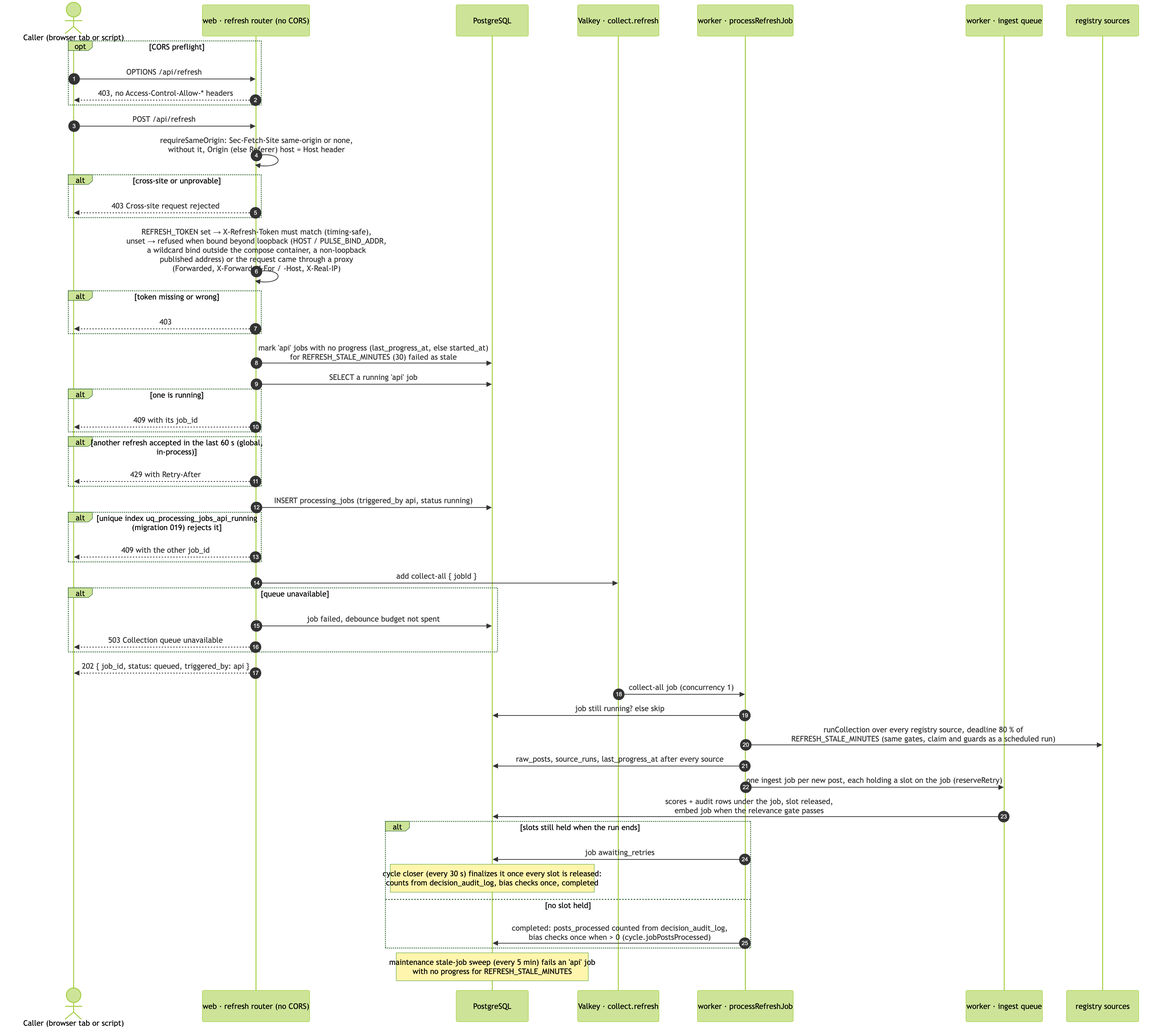
Above: docs/diagrams/sequences/refresh.png in jennifer-mckinney/pulse-of-ai (Mermaid), before the change. Its source is kept beside it as docs/diagrams/sequences/refresh.mmd.
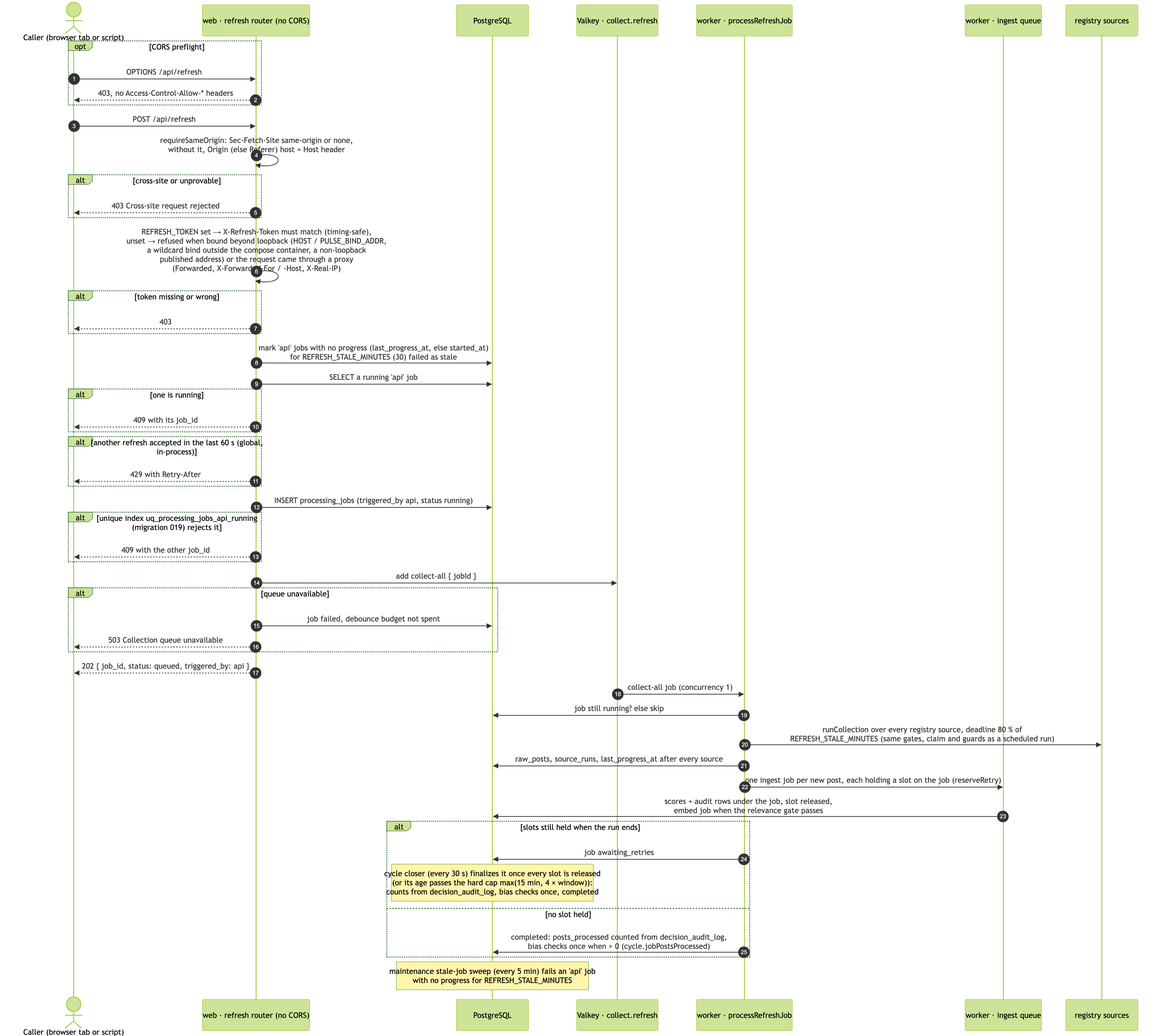
The same file after the commit.

Diff of the diagram source:
```diff
@@ -48,7 +48,7 @@
   I->>DB: scores + audit rows under the job, slot released,<br/>embed job when the relevance gate passes
   alt slots still held when the run ends
     W->>DB: job awaiting_retries
-    Note over DB: cycle closer (every 30 s) finalizes it once every slot is released:<br/>counts from decision_audit_log, bias checks once, completed
+    Note over DB: cycle closer (every 30 s) finalizes it once every slot is released<br/>(or its age passes the hard cap max(15 min, 4 × window)):<br/>counts from decision_audit_log, bias checks once, completed
   else no slot held
     W->>DB: completed: posts_processed counted from decision_audit_log,<br/>bias checks once when > 0 (cycle.jobPostsProcessed)
   end
```
